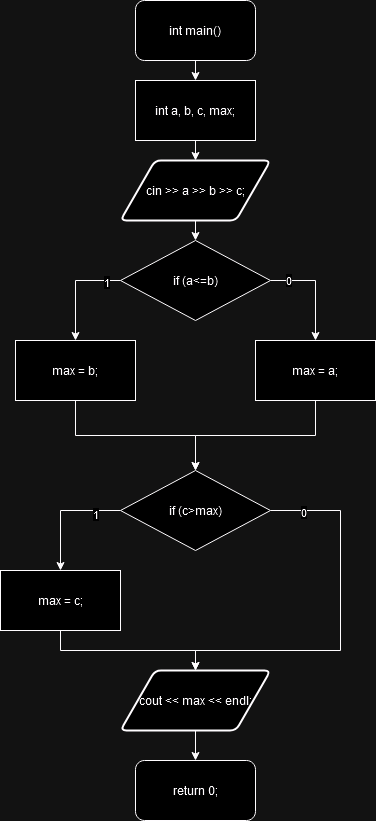
Earlier version of the draw.io export Sem_1/1/1_1/1_1.drawio.png (SifsnEr/pstu). Source tidied: cells renumbered, new cells last; positions are measured from the earlier drawing's top-left corner, leaving out a move shared by most shapes. The source it was exported from:
```xml
<mxGraphModel>
  <root>
    <mxCell id="0" />
    <mxCell id="1" parent="0" />
    <mxCell id="2" style="edgeStyle=orthogonalEdgeStyle;rounded=0;jettySize=auto;html=1;exitX=0.5;exitY=1;exitDx=0;exitDy=0;entryX=0.5;entryY=0;entryDx=0;entryDy=0;" parent="1" edge="1" source="3" target="5">
      <mxGeometry relative="1" as="geometry" />
    </mxCell>
    <mxCell id="3" value="int main()" style="rounded=1;whiteSpace=wrap;html=1;" parent="1" vertex="1">
      <mxGeometry x="135" width="120" height="60" as="geometry" />
    </mxCell>
    <mxCell id="4" style="edgeStyle=orthogonalEdgeStyle;rounded=0;jettySize=auto;html=1;exitX=0.5;exitY=1;exitDx=0;exitDy=0;entryX=0.5;entryY=0;entryDx=0;entryDy=0;" parent="1" edge="1" source="5" target="7">
      <mxGeometry relative="1" as="geometry" />
    </mxCell>
    <mxCell id="5" value="int a, b, c, max;" style="rounded=0;whiteSpace=wrap;html=1;" parent="1" vertex="1">
      <mxGeometry x="135" y="80" width="120" height="60" as="geometry" />
    </mxCell>
    <mxCell id="6" style="edgeStyle=orthogonalEdgeStyle;rounded=0;jettySize=auto;html=1;exitX=0.5;exitY=1;exitDx=0;exitDy=0;entryX=0.5;entryY=0;entryDx=0;entryDy=0;" parent="1" edge="1" source="7" target="12">
      <mxGeometry relative="1" as="geometry" />
    </mxCell>
    <mxCell id="7" value="cin &amp;gt;&amp;gt; a &amp;gt;&amp;gt; b &amp;gt;&amp;gt; c;" style="shape=parallelogram;html=1;strokeWidth=2;perimeter=parallelogramPerimeter;whiteSpace=wrap;rounded=1;arcSize=12;size=0.23;" parent="1" vertex="1">
      <mxGeometry x="120" y="160" width="150" height="60" as="geometry" />
    </mxCell>
    <mxCell id="8" style="edgeStyle=orthogonalEdgeStyle;rounded=0;jettySize=auto;html=1;exitX=0;exitY=0.5;exitDx=0;exitDy=0;entryX=0.5;entryY=0;entryDx=0;entryDy=0;" parent="1" edge="1" source="12" target="14">
      <mxGeometry relative="1" as="geometry" />
    </mxCell>
    <mxCell id="9" value="1" style="edgeLabel;html=1;align=center;verticalAlign=middle;" parent="8" vertex="1">
      <mxGeometry x="-0.71" y="1" relative="1" as="geometry" />
    </mxCell>
    <mxCell id="10" style="edgeStyle=orthogonalEdgeStyle;rounded=0;jettySize=auto;html=1;exitX=1;exitY=0.5;exitDx=0;exitDy=0;entryX=0.5;entryY=0;entryDx=0;entryDy=0;" parent="1" edge="1" source="12" target="16">
      <mxGeometry relative="1" as="geometry" />
    </mxCell>
    <mxCell id="11" value="0" style="edgeLabel;html=1;align=center;verticalAlign=middle;" parent="10" vertex="1">
      <mxGeometry x="-0.68" y="1" relative="1" as="geometry" />
    </mxCell>
    <mxCell id="12" value="if (a&amp;lt;=b)" style="rhombus;whiteSpace=wrap;html=1;" parent="1" vertex="1">
      <mxGeometry x="120" y="240" width="150" height="80" as="geometry" />
    </mxCell>
    <mxCell id="13" style="edgeStyle=orthogonalEdgeStyle;rounded=0;jettySize=auto;html=1;exitX=0.5;exitY=1;exitDx=0;exitDy=0;entryX=0.5;entryY=0;entryDx=0;entryDy=0;" parent="1" edge="1" source="14" target="21">
      <mxGeometry relative="1" as="geometry" />
    </mxCell>
    <mxCell id="14" value="max = b;" style="rounded=0;whiteSpace=wrap;html=1;" parent="1" vertex="1">
      <mxGeometry x="15" y="340" width="120" height="60" as="geometry" />
    </mxCell>
    <mxCell id="15" style="edgeStyle=orthogonalEdgeStyle;rounded=0;jettySize=auto;html=1;exitX=0.5;exitY=1;exitDx=0;exitDy=0;entryX=0.5;entryY=0;entryDx=0;entryDy=0;" parent="1" edge="1" source="16" target="21">
      <mxGeometry relative="1" as="geometry" />
    </mxCell>
    <mxCell id="16" value="max = a;" style="rounded=0;whiteSpace=wrap;html=1;" parent="1" vertex="1">
      <mxGeometry x="255" y="340" width="120" height="60" as="geometry" />
    </mxCell>
    <mxCell id="17" style="edgeStyle=orthogonalEdgeStyle;rounded=0;jettySize=auto;html=1;exitX=0;exitY=0.5;exitDx=0;exitDy=0;entryX=0.5;entryY=0;entryDx=0;entryDy=0;" parent="1" edge="1" source="21" target="23">
      <mxGeometry relative="1" as="geometry" />
    </mxCell>
    <mxCell id="18" value="1" style="edgeLabel;html=1;align=center;verticalAlign=middle;" parent="17" vertex="1">
      <mxGeometry x="-0.57" y="3" relative="1" as="geometry" />
    </mxCell>
    <mxCell id="19" style="edgeStyle=orthogonalEdgeStyle;rounded=0;jettySize=auto;html=1;exitX=1;exitY=0.5;exitDx=0;exitDy=0;entryX=0.5;entryY=0;entryDx=0;entryDy=0;" parent="1" edge="1" source="21" target="25">
      <mxGeometry relative="1" as="geometry">
        <Array as="points">
          <mxPoint x="340" y="510" />
          <mxPoint x="340" y="650" />
          <mxPoint x="195" y="650" />
        </Array>
      </mxGeometry>
    </mxCell>
    <mxCell id="20" value="0" style="edgeLabel;html=1;align=center;verticalAlign=middle;" parent="19" vertex="1">
      <mxGeometry x="-0.83" y="-1" relative="1" as="geometry" />
    </mxCell>
    <mxCell id="21" value="if (c&amp;gt;max)" style="rhombus;whiteSpace=wrap;html=1;" parent="1" vertex="1">
      <mxGeometry x="120" y="470" width="150" height="80" as="geometry" />
    </mxCell>
    <mxCell id="22" style="edgeStyle=orthogonalEdgeStyle;rounded=0;jettySize=auto;html=1;exitX=0.5;exitY=1;exitDx=0;exitDy=0;" parent="1" edge="1" source="23" target="25">
      <mxGeometry relative="1" as="geometry" />
    </mxCell>
    <mxCell id="23" value="max = c;" style="rounded=0;whiteSpace=wrap;html=1;" parent="1" vertex="1">
      <mxGeometry y="570" width="120" height="60" as="geometry" />
    </mxCell>
    <mxCell id="24" style="edgeStyle=orthogonalEdgeStyle;rounded=0;jettySize=auto;html=1;exitX=0.5;exitY=1;exitDx=0;exitDy=0;entryX=0.5;entryY=0;entryDx=0;entryDy=0;" parent="1" edge="1" source="25" target="26">
      <mxGeometry relative="1" as="geometry" />
    </mxCell>
    <mxCell id="25" value="cout &amp;lt;&amp;lt; max &amp;lt;&amp;lt; endl;" style="shape=parallelogram;html=1;strokeWidth=2;perimeter=parallelogramPerimeter;whiteSpace=wrap;rounded=1;arcSize=12;size=0.23;" parent="1" vertex="1">
      <mxGeometry x="120" y="670" width="150" height="60" as="geometry" />
    </mxCell>
    <mxCell id="26" value="return 0;" style="rounded=1;whiteSpace=wrap;html=1;" parent="1" vertex="1">
      <mxGeometry x="135" y="760" width="120" height="60" as="geometry" />
    </mxCell>
  </root>
</mxGraphModel>
```
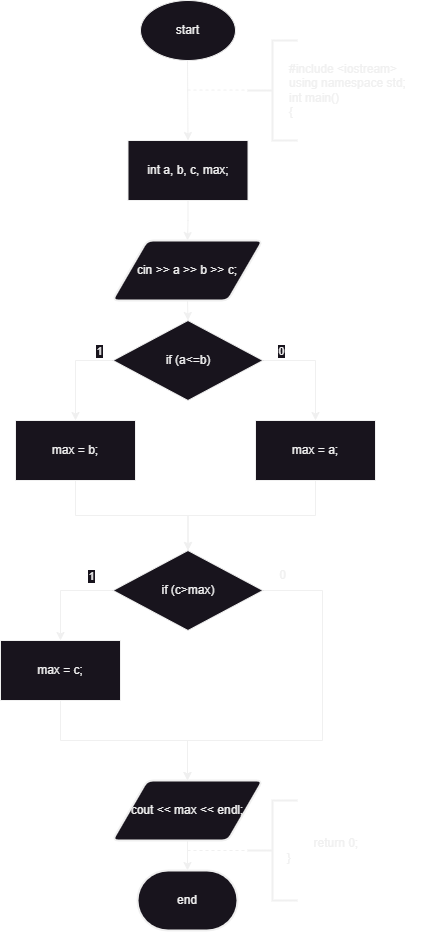
After the change.

What changed in the source:
```diff
@@ -2,86 +2,117 @@
   <root>
     <mxCell id="0" />
     <mxCell id="1" parent="0" />
-    <mxCell id="2" style="edgeStyle=orthogonalEdgeStyle;rounded=0;jettySize=auto;html=1;exitX=0.5;exitY=1;exitDx=0;exitDy=0;entryX=0.5;entryY=0;entryDx=0;entryDy=0;" parent="1" edge="1" source="3" target="5">
-      <mxGeometry relative="1" as="geometry" />
+    <mxCell id="2" style="edgeStyle=orthogonalEdgeStyle;rounded=0;jettySize=auto;html=1;exitX=0.5;exitY=1;exitDx=0;exitDy=0;entryX=0.5;entryY=0;entryDx=0;entryDy=0;" parent="1" edge="1" target="5">
+      <mxGeometry relative="1" as="geometry">
+        <mxPoint x="195" y="60" as="sourcePoint" />
+      </mxGeometry>
     </mxCell>
-    <mxCell id="3" value="int main()" style="rounded=1;whiteSpace=wrap;html=1;" parent="1" vertex="1">
-      <mxGeometry x="135" width="120" height="60" as="geometry" />
-    </mxCell>
     <mxCell id="4" style="edgeStyle=orthogonalEdgeStyle;rounded=0;jettySize=auto;html=1;exitX=0.5;exitY=1;exitDx=0;exitDy=0;entryX=0.5;entryY=0;entryDx=0;entryDy=0;" parent="1" edge="1" source="5" target="7">
       <mxGeometry relative="1" as="geometry" />
     </mxCell>
     <mxCell id="5" value="int a, b, c, max;" style="rounded=0;whiteSpace=wrap;html=1;" parent="1" vertex="1">
-      <mxGeometry x="135" y="80" width="120" height="60" as="geometry" />
+      <mxGeometry x="135.5" y="140" width="120" height="60" as="geometry" />
     </mxCell>
     <mxCell id="6" style="edgeStyle=orthogonalEdgeStyle;rounded=0;jettySize=auto;html=1;exitX=0.5;exitY=1;exitDx=0;exitDy=0;entryX=0.5;entryY=0;entryDx=0;entryDy=0;" parent="1" edge="1" source="7" target="12">
       <mxGeometry relative="1" as="geometry" />
     </mxCell>
     <mxCell id="7" value="cin &amp;gt;&amp;gt; a &amp;gt;&amp;gt; b &amp;gt;&amp;gt; c;" style="shape=parallelogram;html=1;strokeWidth=2;perimeter=parallelogramPerimeter;whiteSpace=wrap;rounded=1;arcSize=12;size=0.23;" parent="1" vertex="1">
-      <mxGeometry x="120" y="160" width="150" height="60" as="geometry" />
+      <mxGeometry x="120" y="240" width="150" height="60" as="geometry" />
     </mxCell>
     <mxCell id="8" style="edgeStyle=orthogonalEdgeStyle;rounded=0;jettySize=auto;html=1;exitX=0;exitY=0.5;exitDx=0;exitDy=0;entryX=0.5;entryY=0;entryDx=0;entryDy=0;" parent="1" edge="1" source="12" target="14">
       <mxGeometry relative="1" as="geometry" />
     </mxCell>
     <mxCell id="9" value="1" style="edgeLabel;html=1;align=center;verticalAlign=middle;" parent="8" vertex="1">
-      <mxGeometry x="-0.71" y="1" relative="1" as="geometry" />
+      <mxGeometry x="-0.71" y="1" relative="1" as="geometry">
+        <mxPoint y="-11" as="offset" />
+      </mxGeometry>
     </mxCell>
     <mxCell id="10" style="edgeStyle=orthogonalEdgeStyle;rounded=0;jettySize=auto;html=1;exitX=1;exitY=0.5;exitDx=0;exitDy=0;entryX=0.5;entryY=0;entryDx=0;entryDy=0;" parent="1" edge="1" source="12" target="16">
       <mxGeometry relative="1" as="geometry" />
     </mxCell>
     <mxCell id="11" value="0" style="edgeLabel;html=1;align=center;verticalAlign=middle;" parent="10" vertex="1">
-      <mxGeometry x="-0.68" y="1" relative="1" as="geometry" />
+      <mxGeometry x="-0.68" y="1" relative="1" as="geometry">
+        <mxPoint y="-9" as="offset" />
+      </mxGeometry>
     </mxCell>
     <mxCell id="12" value="if (a&amp;lt;=b)" style="rhombus;whiteSpace=wrap;html=1;" parent="1" vertex="1">
-      <mxGeometry x="120" y="240" width="150" height="80" as="geometry" />
+      <mxGeometry x="120.5" y="320" width="150" height="80" as="geometry" />
     </mxCell>
     <mxCell id="13" style="edgeStyle=orthogonalEdgeStyle;rounded=0;jettySize=auto;html=1;exitX=0.5;exitY=1;exitDx=0;exitDy=0;entryX=0.5;entryY=0;entryDx=0;entryDy=0;" parent="1" edge="1" source="14" target="21">
       <mxGeometry relative="1" as="geometry" />
     </mxCell>
     <mxCell id="14" value="max = b;" style="rounded=0;whiteSpace=wrap;html=1;" parent="1" vertex="1">
-      <mxGeometry x="15" y="340" width="120" height="60" as="geometry" />
+      <mxGeometry x="23" y="420" width="120" height="60" as="geometry" />
     </mxCell>
     <mxCell id="15" style="edgeStyle=orthogonalEdgeStyle;rounded=0;jettySize=auto;html=1;exitX=0.5;exitY=1;exitDx=0;exitDy=0;entryX=0.5;entryY=0;entryDx=0;entryDy=0;" parent="1" edge="1" source="16" target="21">
       <mxGeometry relative="1" as="geometry" />
     </mxCell>
     <mxCell id="16" value="max = a;" style="rounded=0;whiteSpace=wrap;html=1;" parent="1" vertex="1">
-      <mxGeometry x="255" y="340" width="120" height="60" as="geometry" />
+      <mxGeometry x="263" y="420" width="120" height="60" as="geometry" />
     </mxCell>
     <mxCell id="17" style="edgeStyle=orthogonalEdgeStyle;rounded=0;jettySize=auto;html=1;exitX=0;exitY=0.5;exitDx=0;exitDy=0;entryX=0.5;entryY=0;entryDx=0;entryDy=0;" parent="1" edge="1" source="21" target="23">
       <mxGeometry relative="1" as="geometry" />
     </mxCell>
     <mxCell id="18" value="1" style="edgeLabel;html=1;align=center;verticalAlign=middle;" parent="17" vertex="1">
-      <mxGeometry x="-0.57" y="3" relative="1" as="geometry" />
+      <mxGeometry x="-0.57" y="3" relative="1" as="geometry">
+        <mxPoint y="-18" as="offset" />
+      </mxGeometry>
     </mxCell>
     <mxCell id="19" style="edgeStyle=orthogonalEdgeStyle;rounded=0;jettySize=auto;html=1;exitX=1;exitY=0.5;exitDx=0;exitDy=0;entryX=0.5;entryY=0;entryDx=0;entryDy=0;" parent="1" edge="1" source="21" target="25">
       <mxGeometry relative="1" as="geometry">
         <Array as="points">
-          <mxPoint x="340" y="510" />
-          <mxPoint x="340" y="650" />
-          <mxPoint x="195" y="650" />
+          <mxPoint x="330" y="590" />
+          <mxPoint x="330" y="740" />
+          <mxPoint x="195" y="740" />
         </Array>
       </mxGeometry>
     </mxCell>
-    <mxCell id="20" value="0" style="edgeLabel;html=1;align=center;verticalAlign=middle;" parent="19" vertex="1">
-      <mxGeometry x="-0.83" y="-1" relative="1" as="geometry" />
-    </mxCell>
     <mxCell id="21" value="if (c&amp;gt;max)" style="rhombus;whiteSpace=wrap;html=1;" parent="1" vertex="1">
-      <mxGeometry x="120" y="470" width="150" height="80" as="geometry" />
+      <mxGeometry x="120.5" y="550" width="150" height="80" as="geometry" />
     </mxCell>
-    <mxCell id="22" style="edgeStyle=orthogonalEdgeStyle;rounded=0;jettySize=auto;html=1;exitX=0.5;exitY=1;exitDx=0;exitDy=0;" parent="1" edge="1" source="23" target="25">
+    <mxCell id="22" style="edgeStyle=orthogonalEdgeStyle;rounded=0;jettySize=auto;html=1;exitX=0.5;exitY=1;exitDx=0;exitDy=0;entryX=0.5;entryY=0;entryDx=0;entryDy=0;" parent="1" edge="1" source="23" target="25">
       <mxGeometry relative="1" as="geometry" />
     </mxCell>
     <mxCell id="23" value="max = c;" style="rounded=0;whiteSpace=wrap;html=1;" parent="1" vertex="1">
-      <mxGeometry y="570" width="120" height="60" as="geometry" />
+      <mxGeometry x="8" y="640" width="120" height="60" as="geometry" />
     </mxCell>
-    <mxCell id="24" style="edgeStyle=orthogonalEdgeStyle;rounded=0;jettySize=auto;html=1;exitX=0.5;exitY=1;exitDx=0;exitDy=0;entryX=0.5;entryY=0;entryDx=0;entryDy=0;" parent="1" edge="1" source="25" target="26">
+    <mxCell id="24" style="edgeStyle=orthogonalEdgeStyle;rounded=0;jettySize=auto;html=1;exitX=0.5;exitY=1;exitDx=0;exitDy=0;entryX=0.5;entryY=0;entryDx=0;entryDy=0;entryPerimeter=0;" parent="1" edge="1" source="25" target="33">
       <mxGeometry relative="1" as="geometry" />
     </mxCell>
     <mxCell id="25" value="cout &amp;lt;&amp;lt; max &amp;lt;&amp;lt; endl;" style="shape=parallelogram;html=1;strokeWidth=2;perimeter=parallelogramPerimeter;whiteSpace=wrap;rounded=1;arcSize=12;size=0.23;" parent="1" vertex="1">
-      <mxGeometry x="120" y="670" width="150" height="60" as="geometry" />
+      <mxGeometry x="120" y="780" width="150" height="60" as="geometry" />
     </mxCell>
-    <mxCell id="26" value="return 0;" style="rounded=1;whiteSpace=wrap;html=1;" parent="1" vertex="1">
-      <mxGeometry x="135" y="760" width="120" height="60" as="geometry" />
-    </mxCell>
+    <mxCell id="27" value="start" style="ellipse;whiteSpace=wrap;html=1;" parent="1" vertex="1">
+      <mxGeometry x="148" width="95" height="60" as="geometry" />
+    </mxCell>
+    <mxCell id="28" style="strokeWidth=2;html=1;shape=mxgraph.flowchart.annotation_2;align=left;labelPosition=right;" parent="1" vertex="1">
+      <mxGeometry x="255" y="40" width="50" height="100" as="geometry" />
+    </mxCell>
+    <mxCell id="29" value="&lt;div&gt;#include &amp;lt;iostream&amp;gt;&lt;/div&gt;&lt;div&gt;using namespace std;&lt;/div&gt;&lt;div&gt;int main()&lt;/div&gt;&lt;div&gt;{&lt;/div&gt;" style="text;html=1;align=left;verticalAlign=middle;strokeColor=none;fillColor=none;" parent="1" vertex="1">
+      <mxGeometry x="295" y="55" width="140" height="70" as="geometry" />
+    </mxCell>
+    <mxCell id="30" style="endArrow=none;dashed=1;html=1;rounded=0;entryX=0;entryY=0.5;entryDx=0;entryDy=0;entryPerimeter=0;" parent="1" edge="1">
+      <mxGeometry relative="1" as="geometry">
+        <mxPoint x="195" y="89.6" as="sourcePoint" />
+        <mxPoint x="255" y="89.6" as="targetPoint" />
+      </mxGeometry>
+    </mxCell>
+    <mxCell id="31" style="strokeWidth=2;html=1;shape=mxgraph.flowchart.annotation_2;align=left;labelPosition=right;" parent="1" vertex="1">
+      <mxGeometry x="255" y="800" width="50" height="100" as="geometry" />
+    </mxCell>
+    <mxCell id="32" value="&lt;div&gt;&lt;span style=&quot;white-space: pre;&quot;&gt;&#9;&lt;/span&gt;return 0;&lt;/div&gt;&lt;div style=&quot;text-align: left;&quot;&gt;}&lt;/div&gt;" style="text;html=1;align=center;verticalAlign=middle;strokeColor=none;fillColor=none;" parent="1" vertex="1">
+      <mxGeometry x="285" y="830" width="90" height="40" as="geometry" />
+    </mxCell>
+    <mxCell id="33" value="end" style="strokeWidth=2;html=1;shape=mxgraph.flowchart.terminator;whiteSpace=wrap;" parent="1" vertex="1">
+      <mxGeometry x="145" y="870" width="100" height="60" as="geometry" />
+    </mxCell>
+    <mxCell id="34" style="endArrow=none;dashed=1;html=1;rounded=0;entryX=0;entryY=0.5;entryDx=0;entryDy=0;entryPerimeter=0;" parent="1" edge="1" target="31">
+      <mxGeometry relative="1" as="geometry">
+        <mxPoint x="195" y="850" as="sourcePoint" />
+      </mxGeometry>
+    </mxCell>
+    <mxCell id="20" value="0" style="text;html=1;align=center;verticalAlign=middle;strokeColor=none;fillColor=none;" parent="1" vertex="1">
+      <mxGeometry x="275" y="560" width="30" height="30" as="geometry" />
+    </mxCell>
   </root>
 </mxGraphModel>
```
